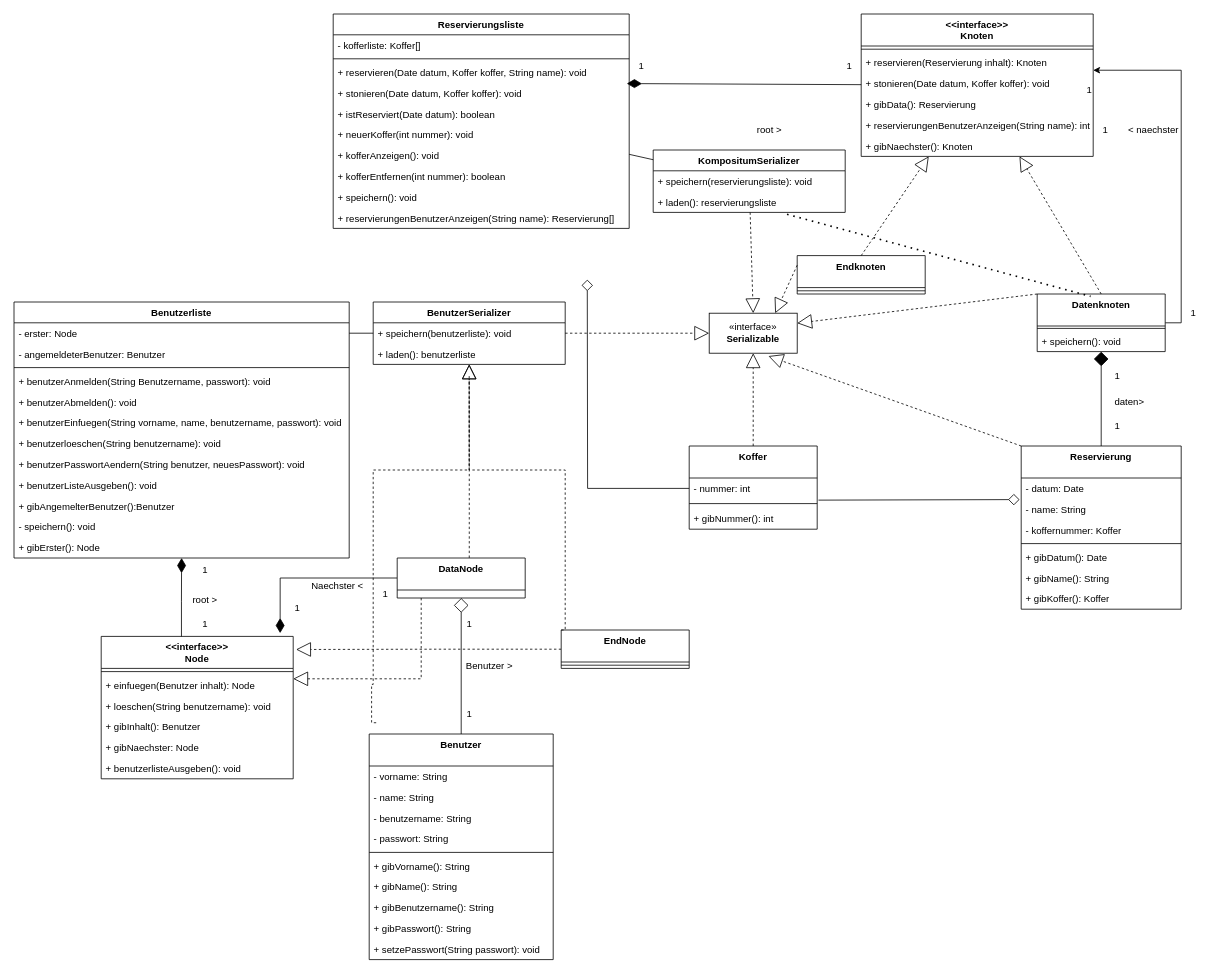
Earlier version of the draw.io diagram Klassendiagramm.drawio (Klette80/Ipadkofferleihsystem). Source tidied: cells renumbered, new cells numbered last; positions are measured from the earlier drawing's top-left corner, leaving out a move shared by most shapes. Both pictures are drawn from the tidied source at 80%, with x=0, y=0 at pixel (14, 14).
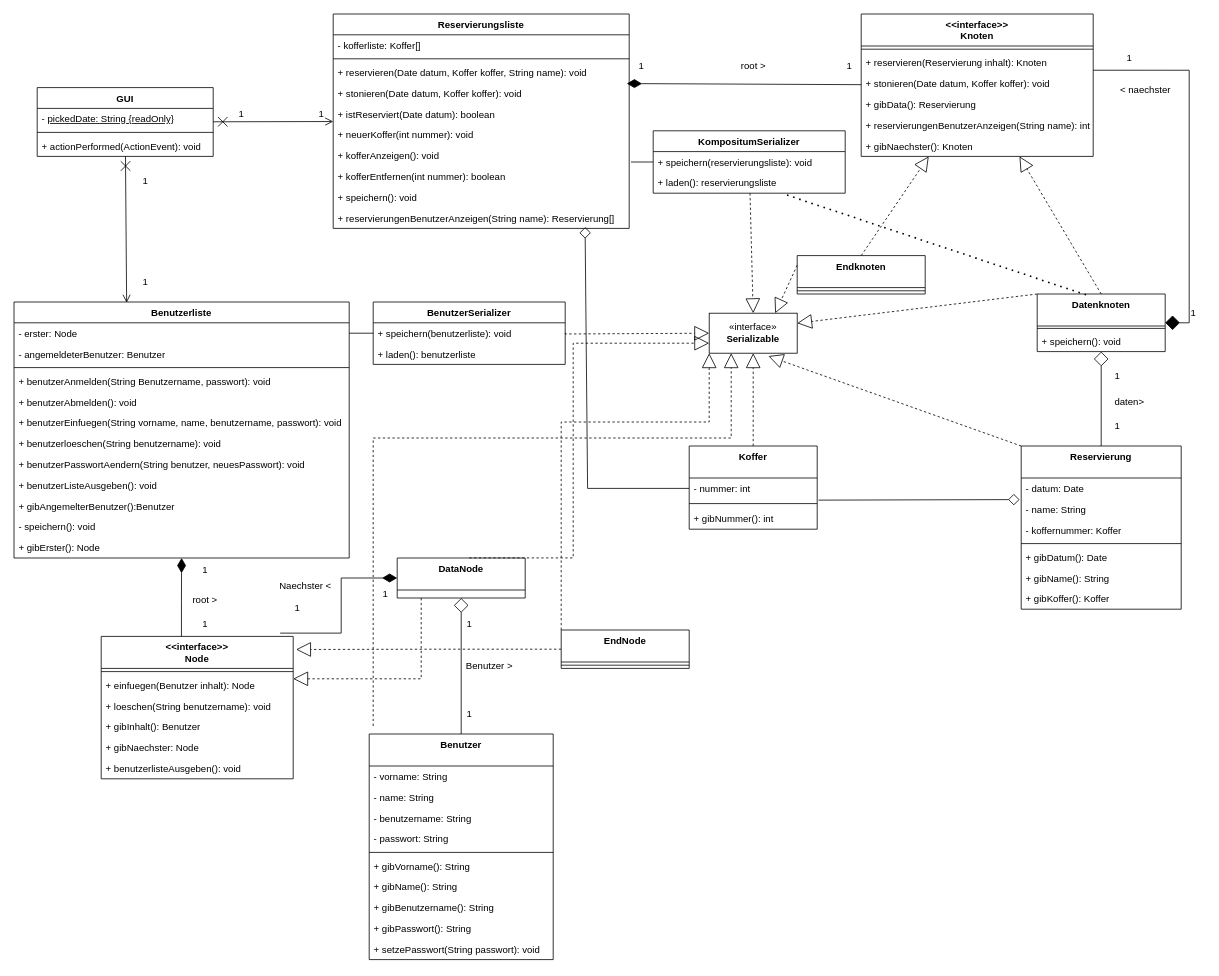
The same page after the edit.

Commit message (it also covers changes not shown here):
Klassendiagramm aktualisiert

The change refers to these unchanged cells:
```xml
<mxCell id="2" value="Reservierung" style="swimlane;fontStyle=1;align=center;verticalAlign=top;horizontal=1;startSize=40;" parent="1" vertex="1">
  <mxGeometry x="1259" y="540" width="200" height="204" as="geometry" />
</mxCell>
<mxCell id="10" value="Reservierungsliste" style="swimlane;fontStyle=1;align=center;verticalAlign=top;horizontal=1;startSize=26;" parent="1" vertex="1">
  <mxGeometry x="399" width="370" height="268" as="geometry" />
</mxCell>
<mxCell id="17" value="+ kofferAnzeigen(): void" style="text;strokeColor=none;fillColor=none;align=left;verticalAlign=top;spacingLeft=4;spacingRight=4;overflow=hidden;points=[[0,0.5],[1,0.5]];portConstraint=eastwest;" parent="10" vertex="1">
  <mxGeometry y="164" width="370" height="26" as="geometry" />
</mxCell>
<mxCell id="20" value="+ reservierungenBenutzerAnzeigen(String name): Reservierung[]" style="text;strokeColor=none;fillColor=none;align=left;verticalAlign=top;spacingLeft=4;spacingRight=4;overflow=hidden;points=[[0,0.5],[1,0.5]];portConstraint=eastwest;" parent="10" vertex="1">
  <mxGeometry y="242" width="370" height="26" as="geometry" />
</mxCell>
<mxCell id="23" value="Datenknoten" style="swimlane;fontStyle=1;align=center;verticalAlign=top;horizontal=1;startSize=40;" parent="1" vertex="1">
  <mxGeometry x="1279" y="350" width="160" height="72" as="geometry" />
</mxCell>
<mxCell id="32" value="+ reservieren(Reservierung inhalt): Knoten" style="text;strokeColor=none;fillColor=none;align=left;verticalAlign=top;spacingLeft=4;spacingRight=4;overflow=hidden;points=[[0,0.5],[1,0.5]];portConstraint=eastwest;" parent="30" vertex="1">
  <mxGeometry y="48" width="290" height="26" as="geometry" />
</mxCell>
<mxCell id="44" value="- nummer: int" style="text;strokeColor=none;fillColor=none;align=left;verticalAlign=top;spacingLeft=4;spacingRight=4;overflow=hidden;points=[[0,0.5],[1,0.5]];portConstraint=eastwest;" parent="43" vertex="1">
  <mxGeometry y="40" width="160" height="26" as="geometry" />
</mxCell>
<mxCell id="56" value="«interface»&lt;br&gt;&lt;b&gt;Serializable&lt;/b&gt;" style="html=1;whiteSpace=wrap;" parent="1" vertex="1">
  <mxGeometry x="869" y="374" width="110" height="50" as="geometry" />
</mxCell>
<mxCell id="64" value="Benutzerliste" style="swimlane;fontStyle=1;align=center;verticalAlign=top;horizontal=1;startSize=26;" parent="1" vertex="1">
  <mxGeometry y="360" width="419" height="320" as="geometry" />
</mxCell>
<mxCell id="78" value="DataNode" style="swimlane;fontStyle=1;align=center;verticalAlign=top;horizontal=1;startSize=40;" parent="1" vertex="1">
  <mxGeometry x="479" y="680" width="160" height="50" as="geometry" />
</mxCell>
<mxCell id="80" value="EndNode" style="swimlane;fontStyle=1;align=center;verticalAlign=top;horizontal=1;startSize=40;" parent="1" vertex="1">
  <mxGeometry x="684" y="770" width="160" height="48" as="geometry" />
</mxCell>
<mxCell id="84" value="Benutzer" style="swimlane;fontStyle=1;align=center;verticalAlign=top;horizontal=1;startSize=40;" parent="1" vertex="1">
  <mxGeometry x="444" y="900" width="230" height="282" as="geometry" />
</mxCell>
<mxCell id="96" value="&lt;&lt;interface&gt;&gt;&#10;Node" style="swimlane;fontStyle=1;align=center;verticalAlign=top;horizontal=1;startSize=40;" parent="1" vertex="1">
  <mxGeometry x="109" y="778" width="240" height="178" as="geometry" />
</mxCell>
<mxCell id="104" value="BenutzerSerializer" style="swimlane;fontStyle=1;align=center;verticalAlign=top;horizontal=1;startSize=26;whiteSpace=wrap;html=1;" parent="1" vertex="1">
  <mxGeometry x="449" y="360" width="240" height="78" as="geometry" />
</mxCell>
<mxCell id="105" value="+ speichern(benutzerliste): void" style="text;strokeColor=none;fillColor=none;align=left;verticalAlign=top;spacingLeft=4;spacingRight=4;overflow=hidden;points=[[0,0.5],[1,0.5]];portConstraint=eastwest;whiteSpace=wrap;html=1;" parent="104" vertex="1">
  <mxGeometry y="26" width="240" height="26" as="geometry" />
</mxCell>
```

Change to the diagram source:
```diff
@@
-    <mxCell id="21" style="edgeStyle=orthogonalEdgeStyle;rounded=0;jettySize=auto;html=1;exitX=0.5;exitY=0;exitDx=0;exitDy=0;entryX=0.5;entryY=1;entryDx=0;entryDy=0;endArrow=diamond;endFill=1;endSize=16;" parent="1" edge="1" source="2" target="23">
+    <mxCell id="21" style="edgeStyle=orthogonalEdgeStyle;rounded=0;jettySize=auto;html=1;exitX=0.5;exitY=0;exitDx=0;exitDy=0;entryX=0.5;entryY=1;entryDx=0;entryDy=0;endArrow=diamond;endFill=0;endSize=16;" parent="1" edge="1" source="2" target="23">
       <mxGeometry relative="1" as="geometry" />
     </mxCell>
-    <mxCell id="22" style="edgeStyle=orthogonalEdgeStyle;rounded=0;jettySize=auto;html=1;exitX=1;exitY=0.5;exitDx=0;exitDy=0;entryX=1;entryY=0.857;entryDx=0;entryDy=0;entryPerimeter=0;" parent="1" edge="1" source="23" target="32">
-      <mxGeometry relative="1" as="geometry" />
-    </mxCell>
@@
     <mxCell id="26" value="1" style="text;html=1;align=center;verticalAlign=middle;strokeColor=none;fillColor=none;" parent="1" vertex="1">
-      <mxGeometry x="1329" y="80" width="30" height="30" as="geometry" />
+      <mxGeometry x="1379" y="40" width="30" height="30" as="geometry" />
     </mxCell>
     <mxCell id="27" value="&amp;lt; naechster" style="text;html=1;align=center;verticalAlign=middle;strokeColor=none;fillColor=none;" parent="1" vertex="1">
-      <mxGeometry x="1379" y="130" width="90" height="30" as="geometry" />
+      <mxGeometry x="1369" y="80" width="90" height="30" as="geometry" />
     </mxCell>
@@
     <mxCell id="39" value="root &amp;gt;" style="text;html=1;align=center;verticalAlign=middle;strokeColor=none;fillColor=none;" parent="1" vertex="1">
-      <mxGeometry x="919" y="130" width="50" height="30" as="geometry" />
+      <mxGeometry x="899" y="50" width="50" height="30" as="geometry" />
     </mxCell>
@@
-    <mxCell id="49" value="1" style="text;html=1;align=center;verticalAlign=middle;strokeColor=none;fillColor=none;" parent="1" vertex="1">
-      <mxGeometry x="1349" y="130" width="30" height="30" as="geometry" />
-    </mxCell>
@@
-    <mxCell id="52" style="endArrow=diamond;endSize=12;html=1;rounded=0;entryX=0.614;entryY=1.013;entryDx=0;entryDy=0;entryPerimeter=0;endFill=0;exitX=0;exitY=0.5;exitDx=0;exitDy=0;" parent="1" edge="1" source="44">
+    <mxCell id="52" style="endArrow=diamond;endSize=12;html=1;rounded=0;endFill=0;exitX=0;exitY=0.5;exitDx=0;exitDy=0;entryX=0.851;entryY=0.936;entryDx=0;entryDy=0;entryPerimeter=0;" parent="1" edge="1" source="44" target="20">
       <mxGeometry relative="1" as="geometry">
-        <mxPoint x="716.6" y="332" as="targetPoint" />
         <Array as="points">
           <mxPoint x="717" y="593" />
         </Array>
       </mxGeometry>
     </mxCell>
     <mxCell id="53" value="KompositumSerializer" style="swimlane;fontStyle=1;align=center;verticalAlign=top;horizontal=1;startSize=26;whiteSpace=wrap;html=1;" parent="1" vertex="1">
-      <mxGeometry x="799" y="170" width="240" height="78" as="geometry" />
+      <mxGeometry x="799" y="146" width="240" height="78" as="geometry" />
     </mxCell>
@@
-    <mxCell id="62" style="endArrow=none;html=1;strokeWidth=1;rounded=0;" parent="1" edge="1" source="10" target="53">
+    <mxCell id="62" style="endArrow=none;html=1;strokeWidth=1;rounded=0;exitX=1.006;exitY=0.808;exitDx=0;exitDy=0;exitPerimeter=0;" parent="1" edge="1" source="17" target="53">
       <mxGeometry relative="1" as="geometry" />
     </mxCell>
@@
-    <mxCell id="77" style="edgeStyle=orthogonalEdgeStyle;rounded=0;jettySize=auto;html=1;exitX=0;exitY=0.5;exitDx=0;exitDy=0;entryX=0.932;entryY=-0.023;entryDx=0;entryDy=0;entryPerimeter=0;endArrow=diamondThin;endFill=1;endSize=16;" parent="1" edge="1" source="78" target="96">
+    <mxCell id="77" style="edgeStyle=orthogonalEdgeStyle;rounded=0;jettySize=auto;html=1;exitX=0.932;exitY=-0.023;exitDx=0;exitDy=0;entryX=0;entryY=0.5;entryDx=0;entryDy=0;endArrow=diamondThin;endFill=1;endSize=16;exitPerimeter=0;" parent="1" edge="1" source="96" target="78">
       <mxGeometry relative="1" as="geometry" />
     </mxCell>
@@
-    <mxCell id="82" style="edgeStyle=orthogonalEdgeStyle;rounded=0;jettySize=auto;html=1;exitX=0.038;exitY=-0.05;exitDx=0;exitDy=0;dashed=1;endArrow=none;endFill=0;endSize=16;exitPerimeter=0;" parent="1" edge="1" source="84">
+    <mxCell id="82" style="edgeStyle=orthogonalEdgeStyle;rounded=0;jettySize=auto;html=1;dashed=1;endArrow=block;endFill=0;endSize=16;entryX=0.25;entryY=1;entryDx=0;entryDy=0;" parent="1" edge="1" target="56">
       <mxGeometry relative="1" as="geometry">
-        <mxPoint x="569" y="450" as="targetPoint" />
+        <mxPoint x="449" y="890" as="sourcePoint" />
         <Array as="points">
-          <mxPoint x="447" y="838" />
-          <mxPoint x="449" y="838" />
-          <mxPoint x="449" y="570" />
-          <mxPoint x="569" y="570" />
+          <mxPoint x="449" y="886" />
+          <mxPoint x="449" y="530" />
+          <mxPoint x="897" y="530" />
         </Array>
       </mxGeometry>
     </mxCell>
@@
-    <mxCell id="103" style="edgeStyle=orthogonalEdgeStyle;rounded=0;jettySize=auto;html=1;endArrow=block;endFill=0;dashed=1;endSize=16;exitX=0.563;exitY=-0.003;exitDx=0;exitDy=0;exitPerimeter=0;" parent="1" edge="1" source="78" target="104">
-      <mxGeometry relative="1" as="geometry" />
+    <mxCell id="103" style="edgeStyle=orthogonalEdgeStyle;rounded=0;jettySize=auto;html=1;endArrow=block;endFill=0;dashed=1;endSize=16;exitX=0.563;exitY=-0.003;exitDx=0;exitDy=0;exitPerimeter=0;entryX=0;entryY=0.75;entryDx=0;entryDy=0;" parent="1" edge="1" source="78" target="56">
+      <mxGeometry relative="1" as="geometry">
+        <Array as="points">
+          <mxPoint x="699" y="680" />
+          <mxPoint x="699" y="412" />
+        </Array>
+      </mxGeometry>
     </mxCell>
@@
     <mxCell id="107" style="edgeStyle=orthogonalEdgeStyle;rounded=0;jettySize=auto;html=1;exitX=1;exitY=0.5;exitDx=0;exitDy=0;entryX=0;entryY=0.5;entryDx=0;entryDy=0;dashed=1;endArrow=block;endFill=0;endSize=16;" parent="1" edge="1" source="105" target="56">
-      <mxGeometry relative="1" as="geometry" />
+      <mxGeometry relative="1" as="geometry">
+        <Array as="points">
+          <mxPoint x="689" y="400" />
+        </Array>
+      </mxGeometry>
     </mxCell>
@@
-    <mxCell id="109" style="edgeStyle=orthogonalEdgeStyle;rounded=0;jettySize=auto;html=1;endArrow=block;endFill=0;dashed=1;endSize=16;exitX=0;exitY=0;exitDx=0;exitDy=0;" parent="1" edge="1" source="80" target="104">
+    <mxCell id="109" style="edgeStyle=orthogonalEdgeStyle;rounded=0;jettySize=auto;html=1;endArrow=block;endFill=0;dashed=1;endSize=16;exitX=0;exitY=0;exitDx=0;exitDy=0;entryX=0;entryY=1;entryDx=0;entryDy=0;" parent="1" edge="1" source="80" target="56">
       <mxGeometry relative="1" as="geometry">
         <Array as="points">
-          <mxPoint x="689" y="570" />
-          <mxPoint x="569" y="570" />
+          <mxPoint x="684" y="510" />
+          <mxPoint x="869" y="510" />
         </Array>
       </mxGeometry>
     </mxCell>
@@
     <mxCell id="120" value="Naechster &amp;lt;" style="text;html=1;align=center;verticalAlign=middle;strokeColor=none;fillColor=none;" parent="1" vertex="1">
-      <mxGeometry x="359" y="700" width="90" height="30" as="geometry" />
+      <mxGeometry x="319" y="700" width="90" height="30" as="geometry" />
     </mxCell>
+    <mxCell id="22" style="edgeStyle=orthogonalEdgeStyle;rounded=0;jettySize=auto;html=1;exitX=1;exitY=0.857;exitDx=0;exitDy=0;entryX=1;entryY=0.5;entryDx=0;entryDy=0;endArrow=diamond;endFill=1;endSize=16;exitPerimeter=0;" parent="1" edge="1" source="32" target="23">
+      <mxGeometry relative="1" as="geometry" />
+    </mxCell>
+    <mxCell id="121" value="GUI" style="swimlane;fontStyle=1;align=center;verticalAlign=top;horizontal=1;startSize=26;whiteSpace=wrap;html=1;" parent="1" vertex="1">
+      <mxGeometry x="29" y="92" width="220" height="86" as="geometry" />
+    </mxCell>
+    <mxCell id="122" value="- &lt;u&gt;pickedDate: String {readOnly}&lt;/u&gt;" style="text;strokeColor=none;fillColor=none;align=left;verticalAlign=top;spacingLeft=4;spacingRight=4;overflow=hidden;whiteSpace=wrap;html=1;" parent="121" vertex="1">
+      <mxGeometry y="26" width="220" height="26" as="geometry" />
+    </mxCell>
+    <mxCell id="123" style="line;strokeWidth=1;fillColor=none;align=left;verticalAlign=middle;spacingTop=-1;spacingLeft=3;spacingRight=3;labelPosition=right;strokeColor=inherit;" parent="121" vertex="1">
+      <mxGeometry y="52" width="220" height="8" as="geometry" />
+    </mxCell>
+    <mxCell id="124" value="+ actionPerformed(ActionEvent): void" style="text;strokeColor=none;fillColor=none;align=left;verticalAlign=top;spacingLeft=4;spacingRight=4;overflow=hidden;whiteSpace=wrap;html=1;" parent="121" vertex="1">
+      <mxGeometry y="60" width="220" height="26" as="geometry" />
+    </mxCell>
+    <mxCell id="125" value="1" style="text;html=1;align=center;verticalAlign=middle;strokeColor=none;fillColor=none;" parent="1" vertex="1">
+      <mxGeometry x="149" y="320" width="30" height="30" as="geometry" />
+    </mxCell>
+    <mxCell id="126" value="1" style="text;html=1;align=center;verticalAlign=middle;strokeColor=none;fillColor=none;" parent="1" vertex="1">
+      <mxGeometry x="149" y="194" width="30" height="30" as="geometry" />
+    </mxCell>
+    <mxCell id="127" value="1" style="text;html=1;align=center;verticalAlign=middle;strokeColor=none;fillColor=none;" parent="1" vertex="1">
+      <mxGeometry x="269" y="110" width="30" height="30" as="geometry" />
+    </mxCell>
+    <mxCell id="128" value="1" style="text;html=1;align=center;verticalAlign=middle;strokeColor=none;fillColor=none;" parent="1" vertex="1">
+      <mxGeometry x="369" y="110" width="30" height="30" as="geometry" />
+    </mxCell>
+    <mxCell id="129" style="endArrow=open;startArrow=cross;endFill=0;startFill=0;endSize=8;startSize=10;html=1;rounded=0;" parent="1" edge="1" source="121" target="10">
+      <mxGeometry relative="1" as="geometry" />
+    </mxCell>
+    <mxCell id="130" style="endArrow=open;startArrow=cross;endFill=0;startFill=0;endSize=8;startSize=10;html=1;rounded=0;entryX=0.336;entryY=0.003;entryDx=0;entryDy=0;entryPerimeter=0;" parent="1" edge="1" source="121" target="64">
+      <mxGeometry relative="1" as="geometry" />
+    </mxCell>
```
